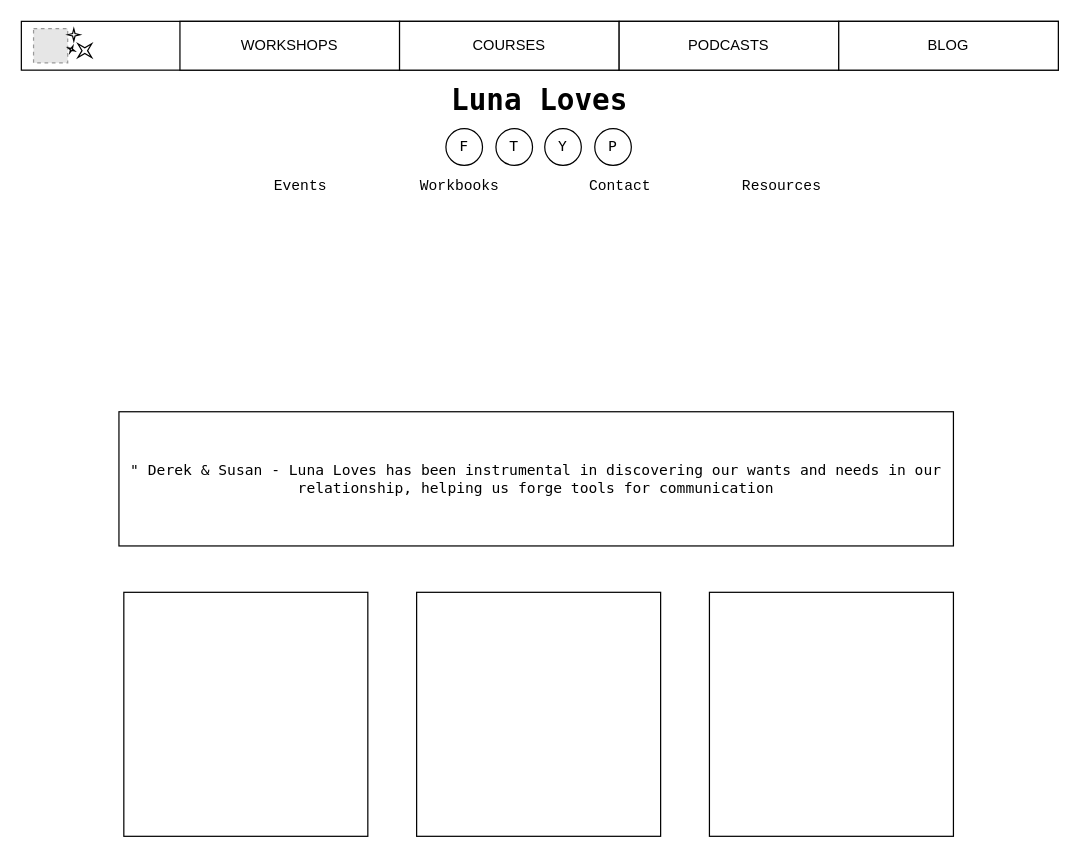
Earlier version of the draw.io diagram wireframe01.drawio (majorelk/luna-loves). Source tidied: cells renumbered, new cells numbered last; positions are measured from the earlier drawing's top-left corner, leaving out a move shared by most shapes. Both pictures are drawn from the tidied source at 122%, with x=0, y=0 at pixel (21, 21). Pictures stored in the file or linked from it are replaced by grey dashed boxes.
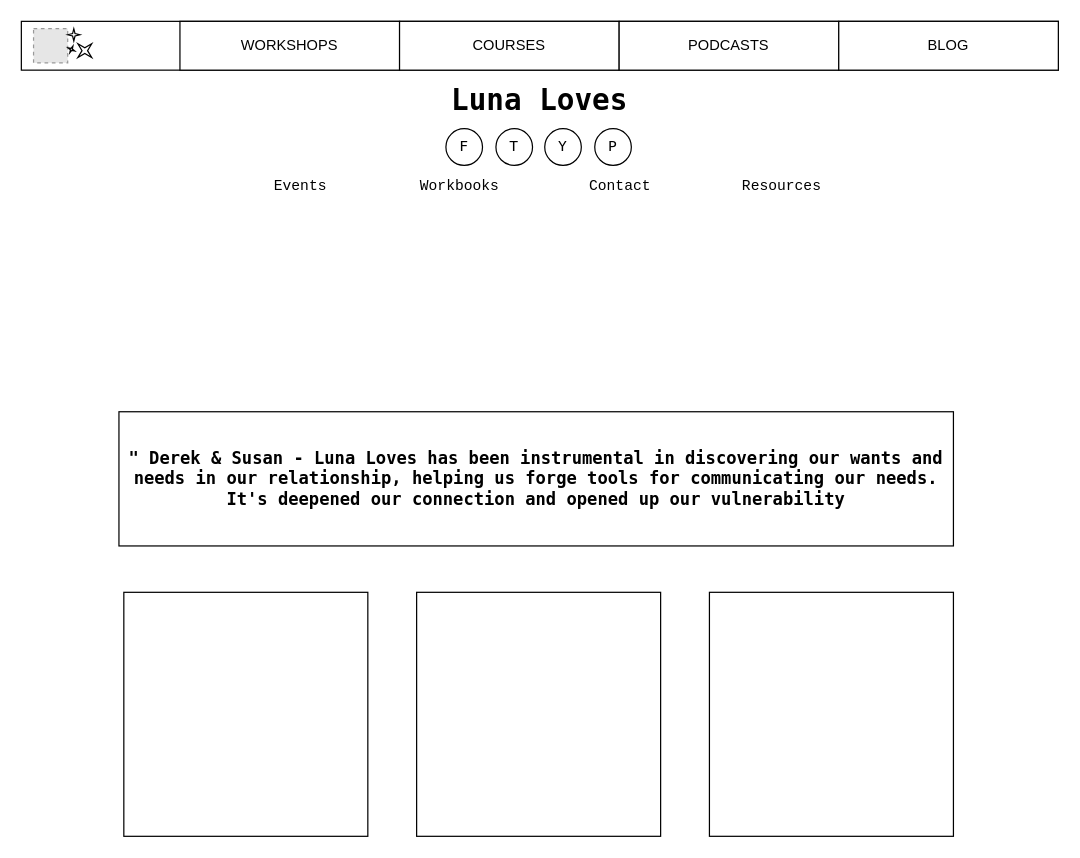
The same diagram, later.

Change to the diagram source:
```diff
@@
-    <mxCell id="19" value="&quot; Derek &amp;amp; Susan - Luna Loves has been instrumental in discovering our wants and needs in our relationship, helping us forge tools for communication" style="rounded=0;whiteSpace=wrap;html=1;fontFamily=Lucida Console;" parent="1" vertex="1">
+    <mxCell id="19" value="&lt;h3&gt;&quot; Derek &amp;amp; Susan - Luna Loves has been instrumental in discovering our wants and needs in our relationship, helping us forge tools for communicating our needs. It's deepened our connection and opened up our vulnerability&lt;/h3&gt;" style="rounded=0;whiteSpace=wrap;html=1;fontFamily=Lucida Console;" parent="1" vertex="1">
       <mxGeometry x="80" y="320" width="684" height="110" as="geometry" />
     </mxCell>
```
